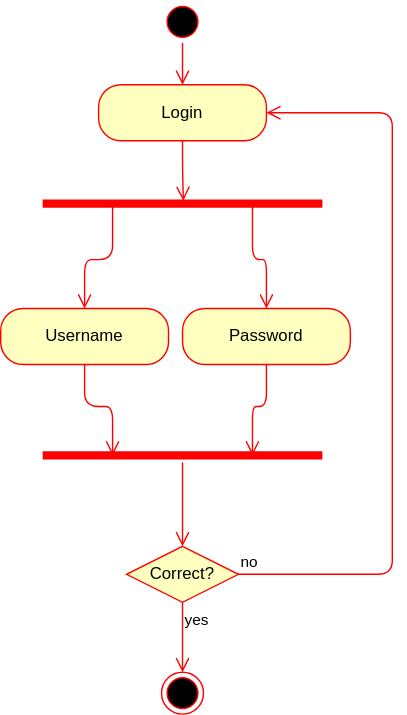
The draw.io diagram diagrams/avticity_diagram.drawio.svg in i3ene/decksterous, before a commit. Source tidied: cells renumbered, new cells last; positions are measured from the earlier drawing's top-left corner, leaving out a move shared by most shapes.
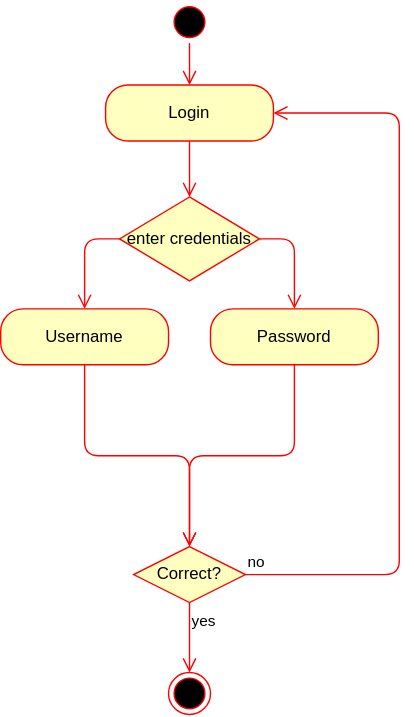
The same diagram one commit later.

Commit message:
adjusted bars

What changed in the source:
```diff
@@ -11,39 +11,32 @@
     <mxCell id="4" style="ellipse;html=1;shape=endState;fillColor=#000000;strokeColor=#ff0000;" parent="1" vertex="1">
       <mxGeometry x="115" y="480" width="30" height="30" as="geometry" />
     </mxCell>
-    <mxCell id="5" style="shape=line;html=1;strokeWidth=6;strokeColor=#ff0000;" parent="1" vertex="1">
-      <mxGeometry x="30" y="140" width="200" height="10" as="geometry" />
-    </mxCell>
-    <mxCell id="6" style="edgeStyle=orthogonalEdgeStyle;html=1;verticalAlign=bottom;endArrow=open;endSize=8;strokeColor=#ff0000;exitX=0.25;exitY=0.5;exitDx=0;exitDy=0;exitPerimeter=0;" parent="1" edge="1" source="5" target="7">
+    <mxCell id="6" style="edgeStyle=orthogonalEdgeStyle;html=1;verticalAlign=bottom;endArrow=open;endSize=8;strokeColor=#ff0000;exitX=0;exitY=0.5;exitDx=0;exitDy=0;" parent="1" edge="1" source="19" target="7">
       <mxGeometry relative="1" as="geometry" />
     </mxCell>
     <mxCell id="7" value="Username" style="rounded=1;whiteSpace=wrap;html=1;arcSize=40;fontColor=#000000;fillColor=#ffffc0;strokeColor=#ff0000;" parent="1" vertex="1">
-      <mxGeometry y="220" width="120" height="40" as="geometry" />
+      <mxGeometry x="-5" y="220" width="120" height="40" as="geometry" />
     </mxCell>
-    <mxCell id="8" style="edgeStyle=orthogonalEdgeStyle;html=1;verticalAlign=bottom;endArrow=open;endSize=8;strokeColor=#ff0000;entryX=0.25;entryY=0.5;entryDx=0;entryDy=0;entryPerimeter=0;" parent="1" edge="1" source="7" target="14">
-      <mxGeometry relative="1" as="geometry" />
+    <mxCell id="8" style="edgeStyle=orthogonalEdgeStyle;html=1;verticalAlign=bottom;endArrow=open;endSize=8;strokeColor=#ff0000;exitX=0.5;exitY=1;exitDx=0;exitDy=0;" parent="1" edge="1" source="7">
+      <mxGeometry relative="1" as="geometry">
+        <mxPoint x="130" y="390" as="targetPoint" />
+      </mxGeometry>
     </mxCell>
     <mxCell id="9" value="Login" style="rounded=1;whiteSpace=wrap;html=1;arcSize=40;fontColor=#000000;fillColor=#ffffc0;strokeColor=#ff0000;" parent="1" vertex="1">
       <mxGeometry x="70" y="60" width="120" height="40" as="geometry" />
     </mxCell>
-    <mxCell id="10" style="edgeStyle=orthogonalEdgeStyle;html=1;verticalAlign=bottom;endArrow=open;endSize=8;strokeColor=#ff0000;entryX=0.503;entryY=0.297;entryDx=0;entryDy=0;entryPerimeter=0;" parent="1" edge="1" source="9" target="5">
+    <mxCell id="10" style="edgeStyle=orthogonalEdgeStyle;html=1;verticalAlign=bottom;endArrow=open;endSize=8;strokeColor=#ff0000;entryX=0.5;entryY=0;entryDx=0;entryDy=0;" parent="1" edge="1" source="9" target="19">
       <mxGeometry relative="1" as="geometry" />
     </mxCell>
     <mxCell id="11" value="Password" style="rounded=1;whiteSpace=wrap;html=1;arcSize=40;fontColor=#000000;fillColor=#ffffc0;strokeColor=#ff0000;" parent="1" vertex="1">
-      <mxGeometry x="130" y="220" width="120" height="40" as="geometry" />
+      <mxGeometry x="145" y="220" width="120" height="40" as="geometry" />
     </mxCell>
-    <mxCell id="12" style="edgeStyle=orthogonalEdgeStyle;html=1;verticalAlign=bottom;endArrow=open;endSize=8;strokeColor=#ff0000;entryX=0.75;entryY=0.5;entryDx=0;entryDy=0;entryPerimeter=0;" parent="1" edge="1" source="11" target="14">
+    <mxCell id="12" style="edgeStyle=orthogonalEdgeStyle;html=1;verticalAlign=bottom;endArrow=open;endSize=8;strokeColor=#ff0000;" parent="1" edge="1" source="11" target="16">
       <mxGeometry relative="1" as="geometry" />
     </mxCell>
-    <mxCell id="13" style="edgeStyle=orthogonalEdgeStyle;html=1;verticalAlign=bottom;endArrow=open;endSize=8;strokeColor=#ff0000;exitX=0.75;exitY=0.5;exitDx=0;exitDy=0;exitPerimeter=0;entryX=0.5;entryY=0;entryDx=0;entryDy=0;" parent="1" edge="1" source="5" target="11">
+    <mxCell id="13" style="edgeStyle=orthogonalEdgeStyle;html=1;verticalAlign=bottom;endArrow=open;endSize=8;strokeColor=#ff0000;exitX=1;exitY=0.5;exitDx=0;exitDy=0;entryX=0.5;entryY=0;entryDx=0;entryDy=0;" parent="1" edge="1" source="19" target="11">
       <mxGeometry relative="1" as="geometry" />
     </mxCell>
-    <mxCell id="14" style="shape=line;html=1;strokeWidth=6;strokeColor=#ff0000;" parent="1" vertex="1">
-      <mxGeometry x="30" y="320" width="200" height="10" as="geometry" />
-    </mxCell>
-    <mxCell id="15" style="edgeStyle=orthogonalEdgeStyle;html=1;verticalAlign=bottom;endArrow=open;endSize=8;strokeColor=#ff0000;entryX=0.5;entryY=0;entryDx=0;entryDy=0;" parent="1" edge="1" source="14" target="16">
-      <mxGeometry relative="1" as="geometry" />
-    </mxCell>
     <mxCell id="16" value="Correct?" style="rhombus;whiteSpace=wrap;html=1;fillColor=#ffffc0;strokeColor=#ff0000;" parent="1" vertex="1">
       <mxGeometry x="90" y="390" width="80" height="40" as="geometry" />
     </mxCell>
@@ -58,5 +51,8 @@
     <mxCell id="18" value="yes" style="edgeStyle=orthogonalEdgeStyle;html=1;align=left;verticalAlign=top;endArrow=open;endSize=8;strokeColor=#ff0000;entryX=0.5;entryY=0;entryDx=0;entryDy=0;" parent="1" edge="1" source="16" target="4">
       <mxGeometry x="-1" relative="1" as="geometry" />
     </mxCell>
+    <mxCell id="19" value="enter credentials" style="rhombus;whiteSpace=wrap;html=1;fillColor=#ffffc0;strokeColor=#ff0000;" parent="1" vertex="1">
+      <mxGeometry x="80" y="140" width="100" height="60" as="geometry" />
+    </mxCell>
   </root>
 </mxGraphModel>
```
